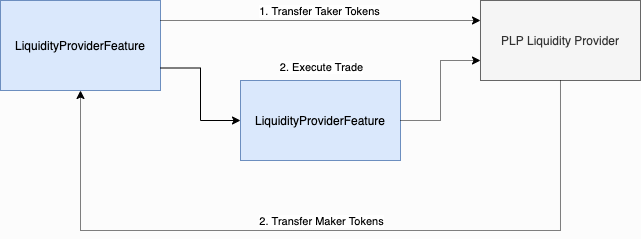
Above: docs/_static/img/plp_sandbox.png in 0xProject/protocol (draw.io), before the change. Source tidied: cells renumbered, new cells last; positions are measured from the earlier drawing's top-left corner, leaving out a move shared by most shapes. Source of this version:
```xml
<mxGraphModel background="#fcfcfc">
  <root>
    <mxCell id="0" />
    <mxCell id="1" parent="0" />
    <mxCell id="2" value="LiquidityProviderFeature" style="rounded=0;whiteSpace=wrap;html=1;fillColor=#dae8fc;strokeColor=#6c8ebf;" parent="1" vertex="1">
      <mxGeometry width="160" height="90" as="geometry" />
    </mxCell>
    <mxCell id="3" style="endArrow=classic;html=1;entryX=0;entryY=0.25;entryDx=0;entryDy=0;dashed=1;dashPattern=1 1;" parent="1" edge="1" target="5">
      <mxGeometry relative="1" as="geometry">
        <mxPoint x="160" y="20" as="sourcePoint" />
      </mxGeometry>
    </mxCell>
    <mxCell id="4" value="1. Transfer Taker Tokens" style="edgeLabel;html=1;align=center;verticalAlign=middle;" parent="3" vertex="1">
      <mxGeometry x="-0.11" y="1" relative="1" as="geometry">
        <mxPoint x="15" y="-9" as="offset" />
      </mxGeometry>
    </mxCell>
    <mxCell id="5" value="PLP Liquidity Provider" style="rounded=0;whiteSpace=wrap;html=1;fillColor=#f5f5f5;strokeColor=#666666;fontColor=#333333;" parent="1" vertex="1">
      <mxGeometry x="480" width="160" height="80" as="geometry" />
    </mxCell>
    <mxCell id="6" value="LiquidityProviderFeature" style="rounded=0;whiteSpace=wrap;html=1;fillColor=#dae8fc;strokeColor=#6c8ebf;" parent="1" vertex="1">
      <mxGeometry x="240" y="80" width="160" height="80" as="geometry" />
    </mxCell>
    <mxCell id="7" style="endArrow=classic;html=1;exitX=1;exitY=0.75;exitDx=0;exitDy=0;edgeStyle=orthogonalEdgeStyle;rounded=0;" parent="1" edge="1" source="2" target="6">
      <mxGeometry relative="1" as="geometry">
        <Array as="points">
          <mxPoint x="200" y="68" />
          <mxPoint x="200" y="120" />
        </Array>
      </mxGeometry>
    </mxCell>
    <mxCell id="8" style="endArrow=classic;html=1;dashed=1;dashPattern=1 1;entryX=0;entryY=0.75;entryDx=0;entryDy=0;exitX=1;exitY=0.5;exitDx=0;exitDy=0;edgeStyle=orthogonalEdgeStyle;rounded=0;" parent="1" edge="1" source="6" target="5">
      <mxGeometry relative="1" as="geometry">
        <Array as="points">
          <mxPoint x="400" y="120" />
          <mxPoint x="440" y="120" />
          <mxPoint x="440" y="60" />
        </Array>
      </mxGeometry>
    </mxCell>
    <mxCell id="9" value="2. Execute Trade" style="edgeLabel;html=1;align=center;verticalAlign=middle;" parent="1" vertex="1">
      <mxGeometry x="320" y="56" as="geometry">
        <mxPoint y="10" as="offset" />
      </mxGeometry>
    </mxCell>
    <mxCell id="10" style="endArrow=classic;html=1;dashed=1;dashPattern=1 1;entryX=0.5;entryY=1;entryDx=0;entryDy=0;edgeStyle=orthogonalEdgeStyle;exitX=0.5;exitY=1;exitDx=0;exitDy=0;rounded=0;" parent="1" edge="1" source="5" target="2">
      <mxGeometry relative="1" as="geometry">
        <Array as="points">
          <mxPoint x="560" y="230" />
          <mxPoint x="80" y="230" />
        </Array>
      </mxGeometry>
    </mxCell>
    <mxCell id="11" value="2. Transfer Maker Tokens" style="edgeLabel;html=1;align=center;verticalAlign=middle;" parent="1" vertex="1">
      <mxGeometry x="320" y="220" as="geometry" />
    </mxCell>
  </root>
</mxGraphModel>
```
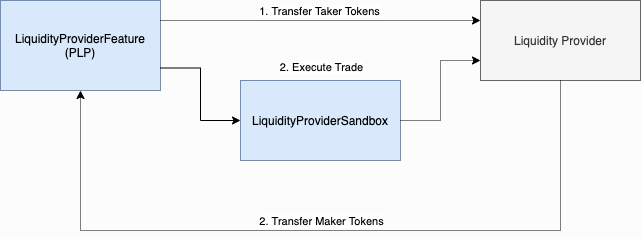
After the change.

The edit, as a diff of the source:
```diff
@@ -2,7 +2,7 @@
   <root>
     <mxCell id="0" />
     <mxCell id="1" parent="0" />
-    <mxCell id="2" value="LiquidityProviderFeature" style="rounded=0;whiteSpace=wrap;html=1;fillColor=#dae8fc;strokeColor=#6c8ebf;" parent="1" vertex="1">
+    <mxCell id="2" value="LiquidityProviderFeature&lt;br&gt;(PLP)" style="rounded=0;whiteSpace=wrap;html=1;fillColor=#dae8fc;strokeColor=#6c8ebf;" parent="1" vertex="1">
       <mxGeometry width="160" height="90" as="geometry" />
     </mxCell>
     <mxCell id="3" style="endArrow=classic;html=1;entryX=0;entryY=0.25;entryDx=0;entryDy=0;dashed=1;dashPattern=1 1;" parent="1" edge="1" target="5">
@@ -15,10 +15,10 @@
         <mxPoint x="15" y="-9" as="offset" />
       </mxGeometry>
     </mxCell>
-    <mxCell id="5" value="PLP Liquidity Provider" style="rounded=0;whiteSpace=wrap;html=1;fillColor=#f5f5f5;strokeColor=#666666;fontColor=#333333;" parent="1" vertex="1">
+    <mxCell id="5" value="Liquidity Provider" style="rounded=0;whiteSpace=wrap;html=1;fillColor=#f5f5f5;strokeColor=#666666;fontColor=#333333;" parent="1" vertex="1">
       <mxGeometry x="480" width="160" height="80" as="geometry" />
     </mxCell>
-    <mxCell id="6" value="LiquidityProviderFeature" style="rounded=0;whiteSpace=wrap;html=1;fillColor=#dae8fc;strokeColor=#6c8ebf;" parent="1" vertex="1">
+    <mxCell id="6" value="LiquidityProviderSandbox" style="rounded=0;whiteSpace=wrap;html=1;fillColor=#dae8fc;strokeColor=#6c8ebf;" parent="1" vertex="1">
       <mxGeometry x="240" y="80" width="160" height="80" as="geometry" />
     </mxCell>
     <mxCell id="7" style="endArrow=classic;html=1;exitX=1;exitY=0.75;exitDx=0;exitDy=0;edgeStyle=orthogonalEdgeStyle;rounded=0;" parent="1" edge="1" source="2" target="6">
```
